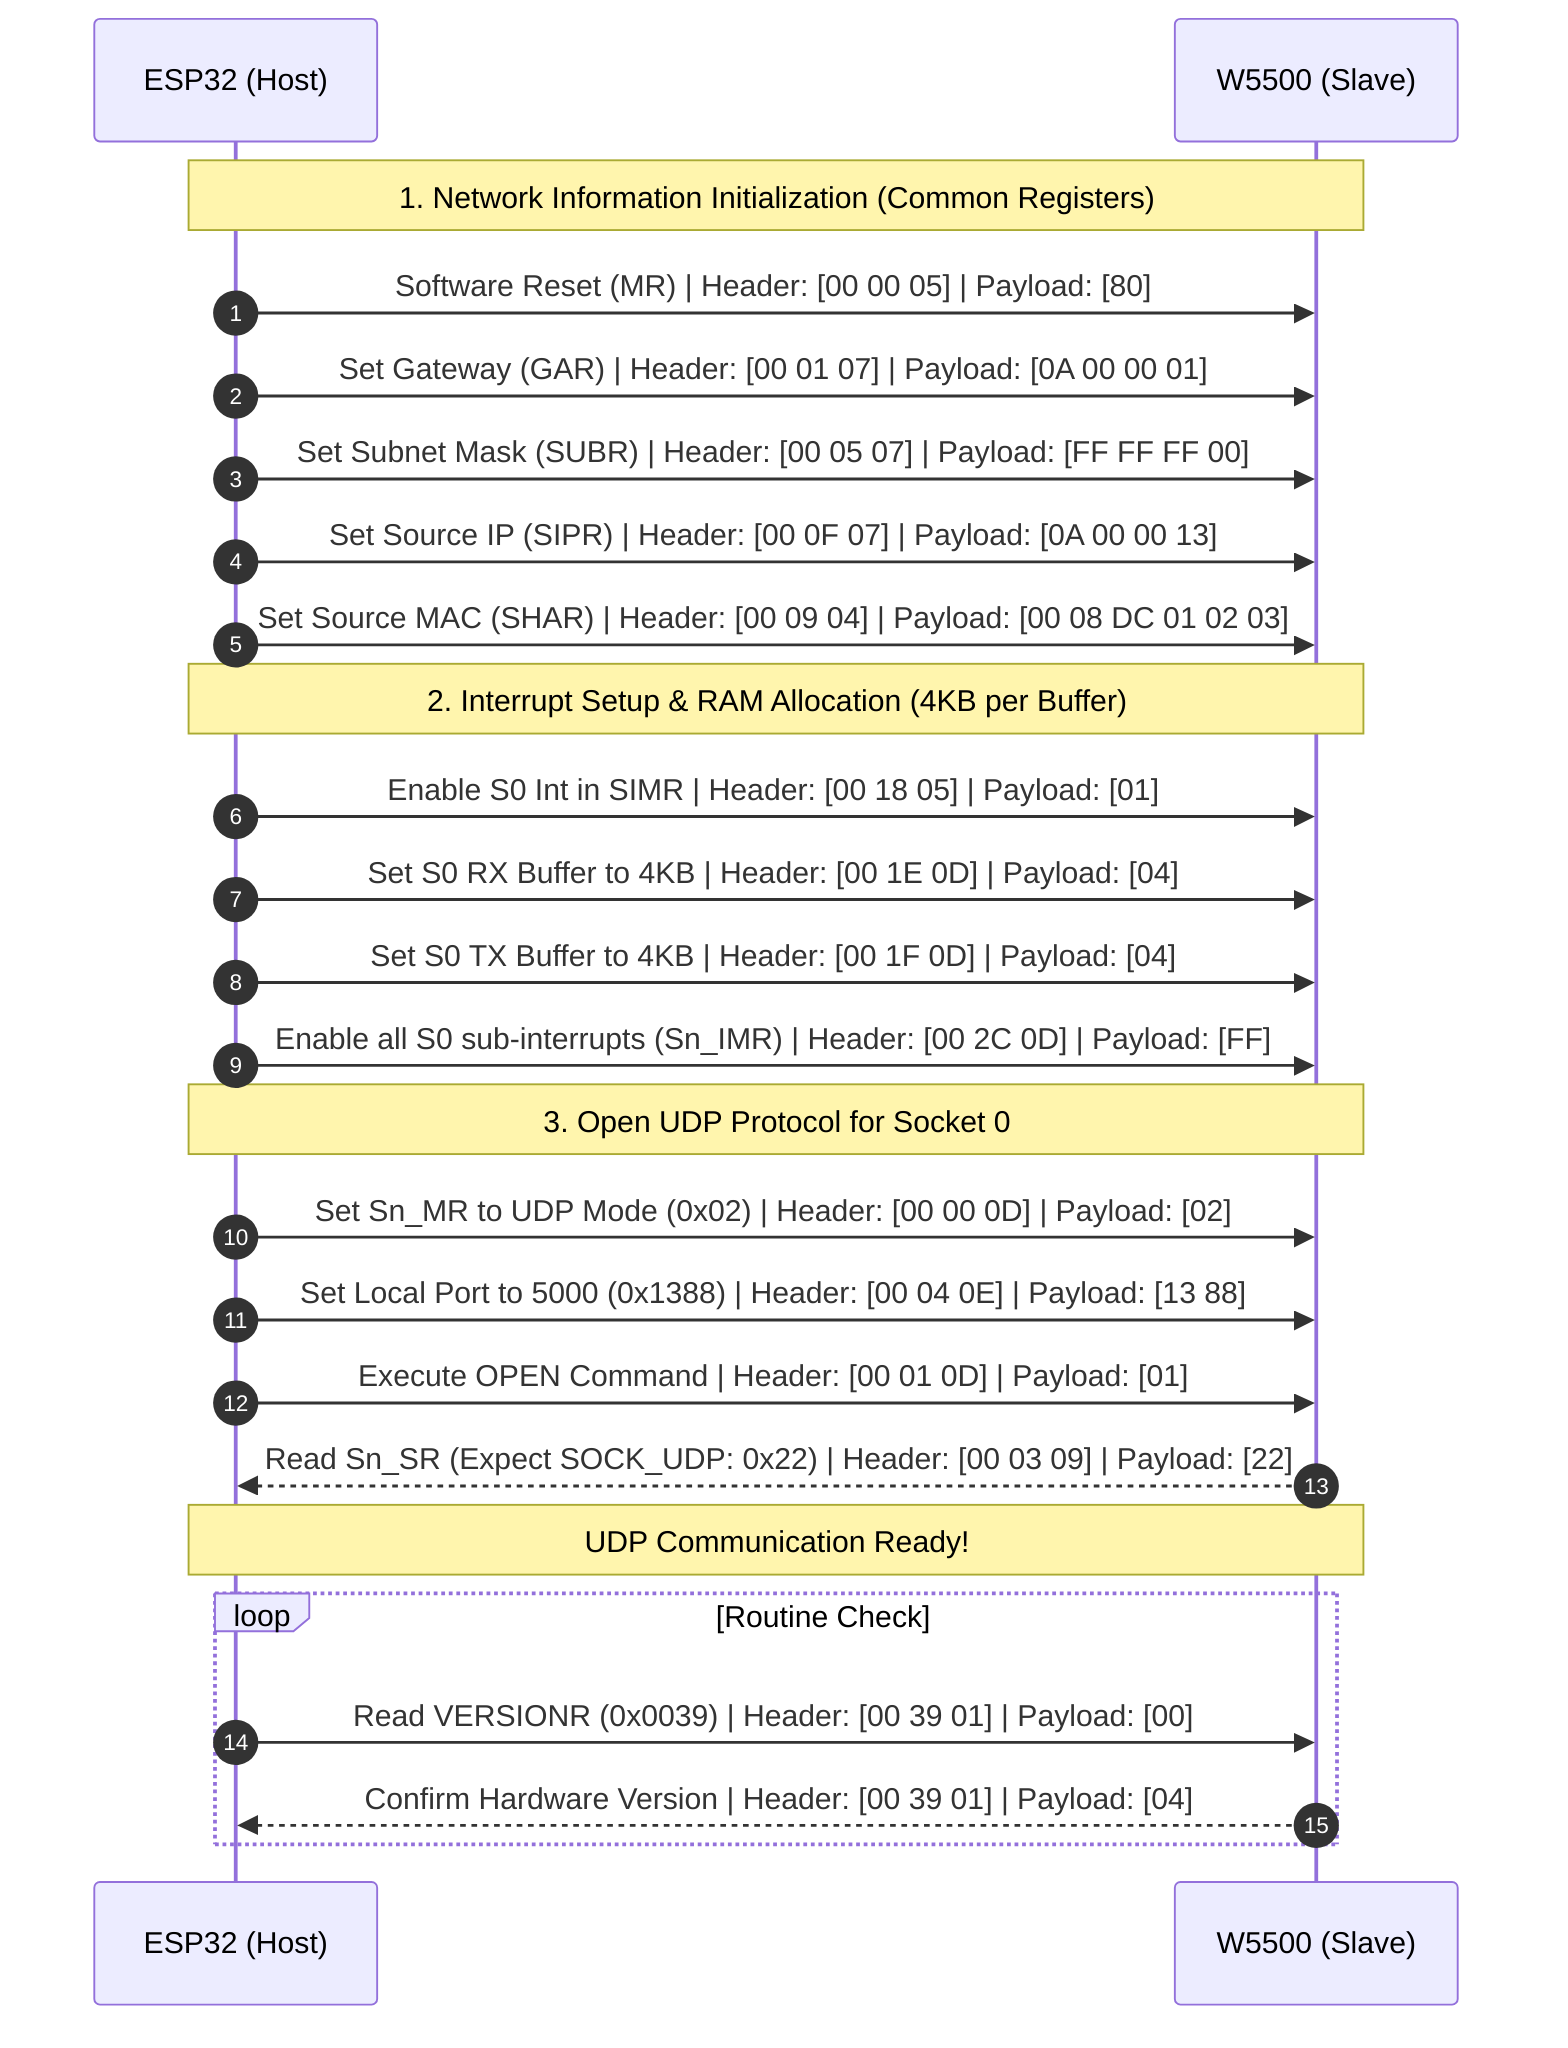
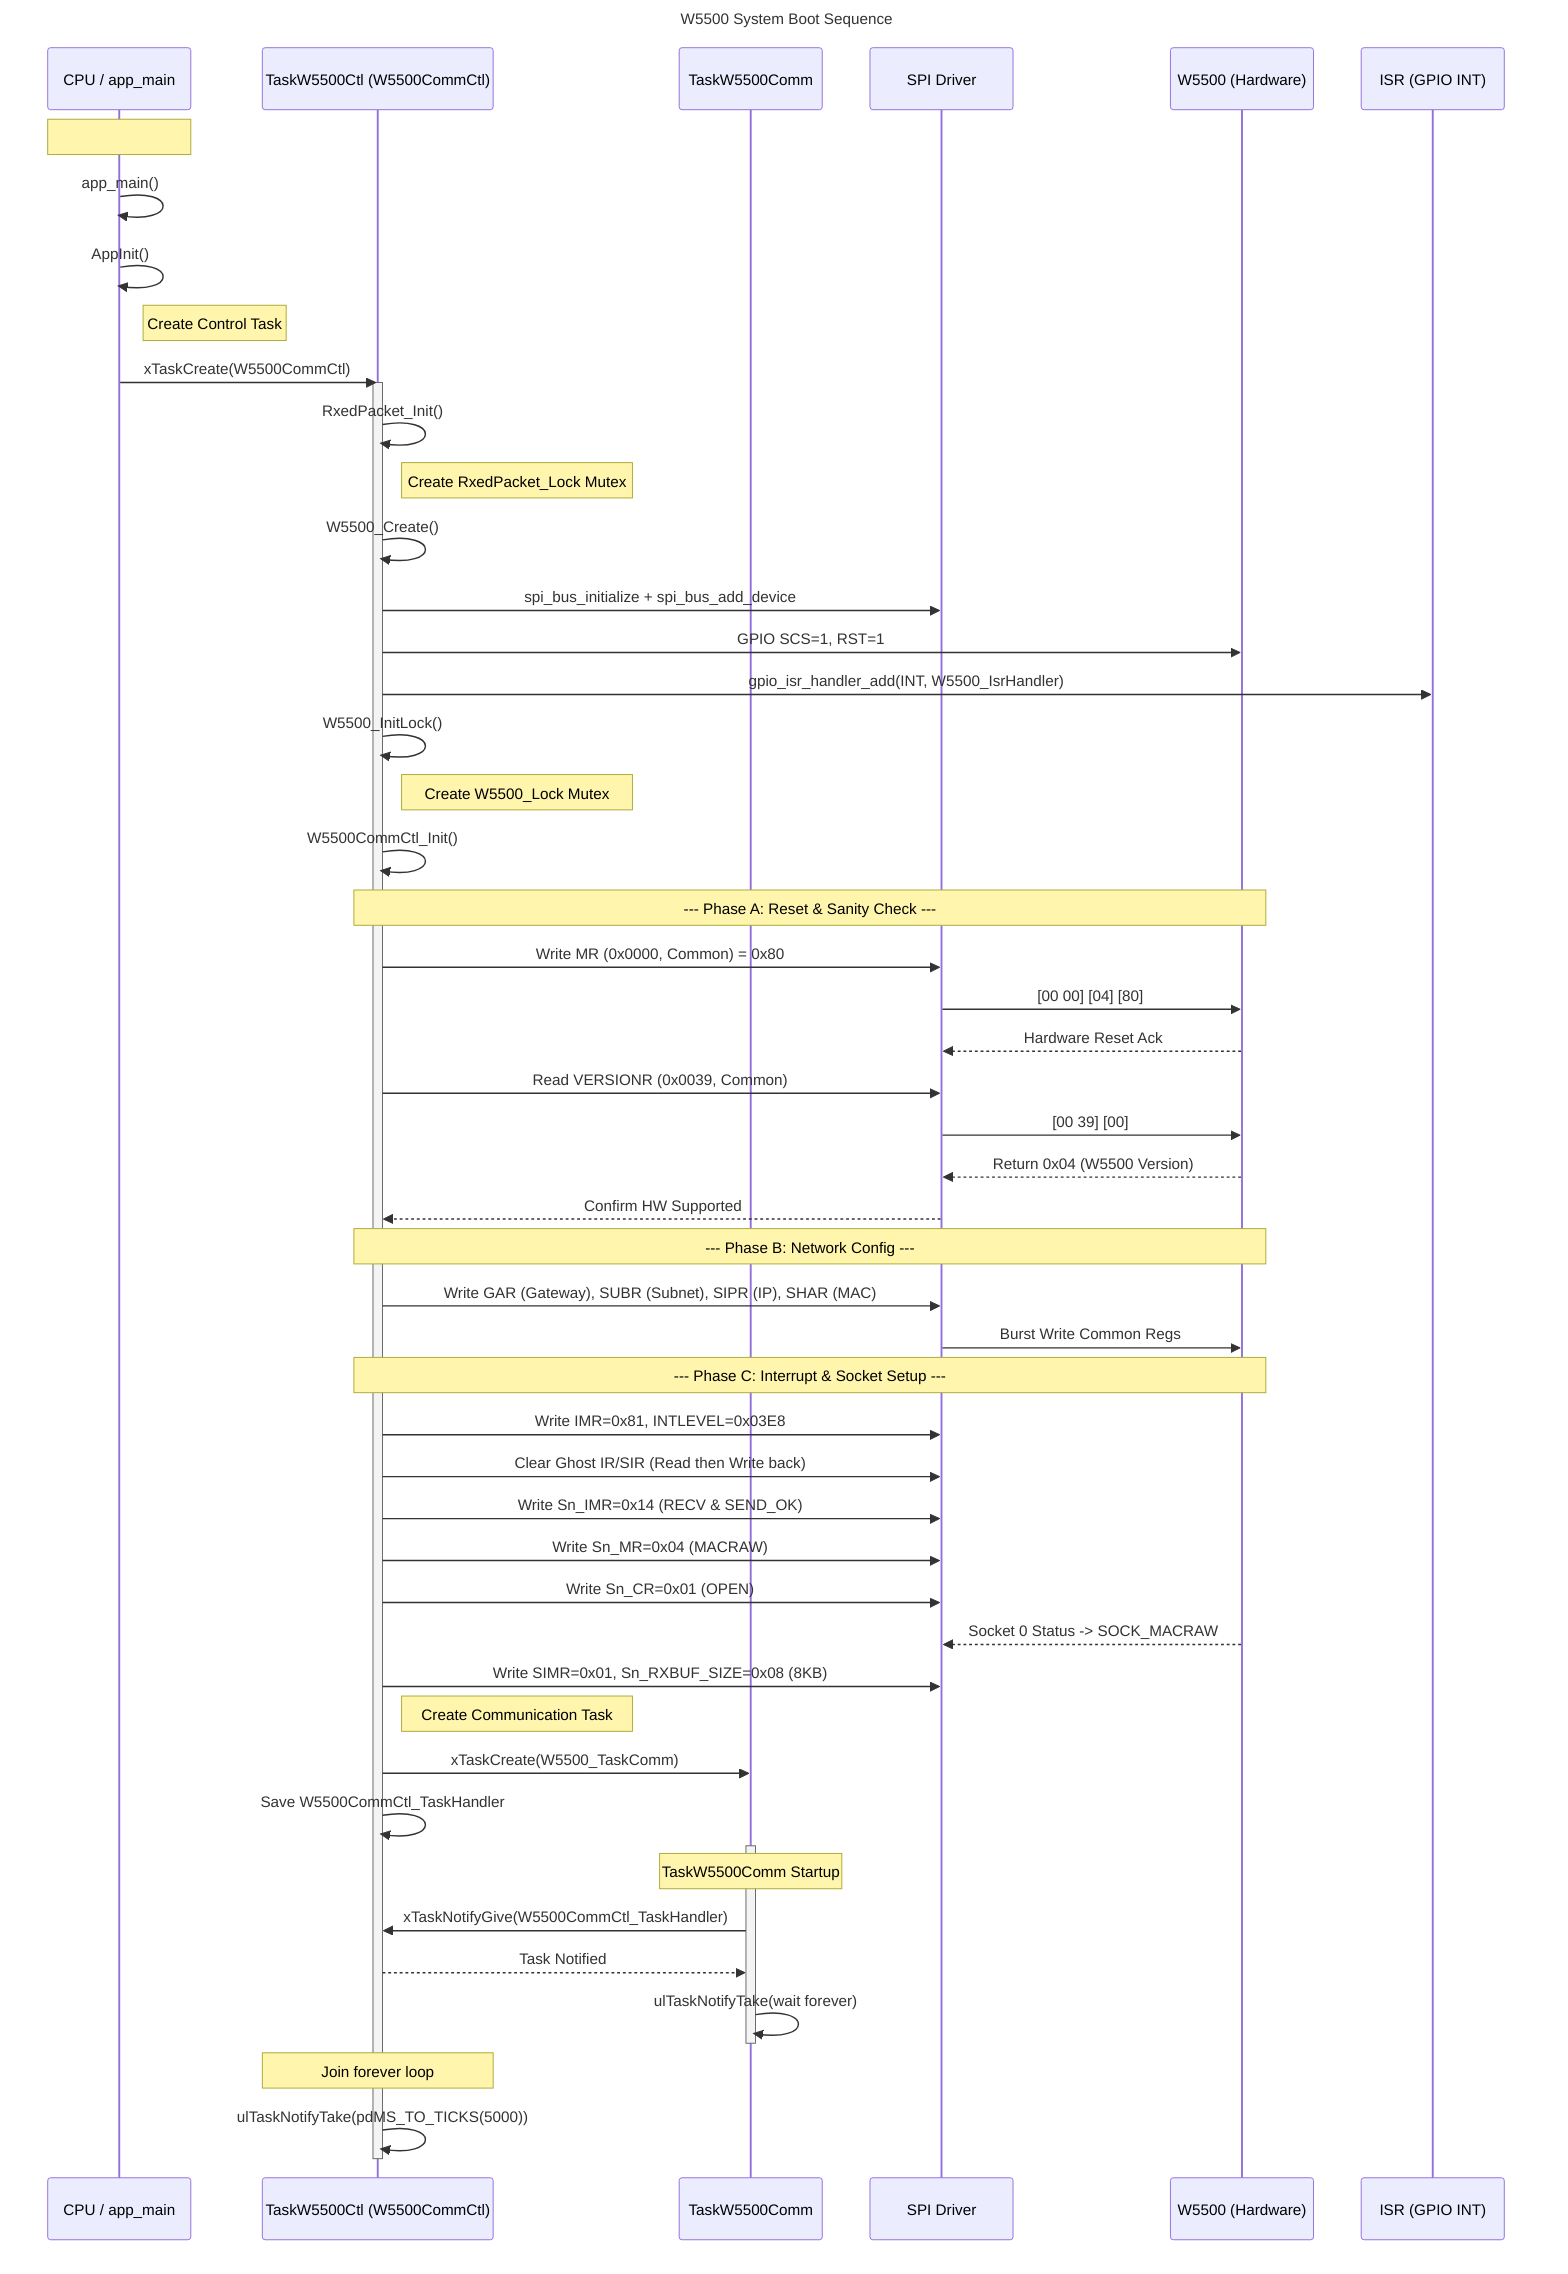
sequenceDiagram
-     autonumber
-     participant ESP as ESP32 (Host)
-     participant W5500 as W5500 (Slave)
+     title W5500 System Boot Sequence

-     Note over ESP, W5500: 1. Network Information Initialization (Common Registers)
+     participant CPU as CPU / app_main
+     participant CTL as TaskW5500Ctl (W5500CommCtl)
+     participant COMM as TaskW5500Comm
+     participant SPI as SPI Driver
+     participant W5500 as W5500 (Hardware)
+     participant ISR as ISR (GPIO INT)

-     ESP->>W5500: Software Reset (MR) | Header: [00 00 05] | Payload: [80]
-     ESP->>W5500: Set Gateway (GAR) | Header: [00 01 07] | Payload: [0A 00 00 01]
-     ESP->>W5500: Set Subnet Mask (SUBR) | Header: [00 05 07] | Payload: [FF FF FF 00]
-     ESP->>W5500: Set Source IP (SIPR) | Header: [00 0F 07] | Payload: [0A 00 00 13]
-     ESP->>W5500: Set Source MAC (SHAR) | Header: [00 09 04] | Payload: [00 08 DC 01 02 03]
+     Note over CPU:
+     CPU ->> CPU: app_main()
+     CPU ->> CPU: AppInit()

-     Note over ESP, W5500: 2. Interrupt Setup & RAM Allocation (4KB per Buffer)
+     Note right of CPU: Create Control Task
+     CPU ->> CTL: xTaskCreate(W5500CommCtl)

-     ESP->>W5500: Enable S0 Int in SIMR | Header: [00 18 05] | Payload: [01]
-     ESP->>W5500: Set S0 RX Buffer to 4KB | Header: [00 1E 0D] | Payload: [04]
-     ESP->>W5500: Set S0 TX Buffer to 4KB | Header: [00 1F 0D] | Payload: [04]
-     ESP->>W5500: Enable all S0 sub-interrupts (Sn_IMR) | Header: [00 2C 0D] | Payload: [FF]
+     activate CTL
+     CTL ->> CTL: RxedPacket_Init()
+     Note right of CTL: Create RxedPacket_Lock Mutex

-     Note over ESP, W5500: 3. Open UDP Protocol for Socket 0
+     CTL ->> CTL: W5500_Create()
+     CTL ->> SPI: spi_bus_initialize + spi_bus_add_device
+     CTL ->> W5500: GPIO SCS=1, RST=1
+     CTL ->> ISR: gpio_isr_handler_add(INT, W5500_IsrHandler)
+     CTL ->> CTL: W5500_InitLock()
+     Note right of CTL: Create W5500_Lock Mutex

-     ESP->>W5500: Set Sn_MR to UDP Mode (0x02) | Header: [00 00 0D] | Payload: [02]
-     ESP->>W5500: Set Local Port to 5000 (0x1388) | Header: [00 04 0E] | Payload: [13 88]
-     ESP->>W5500: Execute OPEN Command | Header: [00 01 0D] | Payload: [01]
+     CTL ->> CTL: W5500CommCtl_Init()

-     W5500-->>ESP: Read Sn_SR (Expect SOCK_UDP: 0x22) | Header: [00 03 09] | Payload: [22]
+     Note over CTL, W5500: --- Phase A: Reset & Sanity Check ---
+     CTL ->> SPI: Write MR (0x0000, Common) = 0x80
+     SPI ->> W5500: [00 00] [04] [80]
+     W5500 -->> SPI: Hardware Reset Ack

-     Note over ESP, W5500: UDP Communication Ready!
+     CTL ->> SPI: Read VERSIONR (0x0039, Common)
+     SPI ->> W5500: [00 39] [00]
+     W5500 -->> SPI: Return 0x04 (W5500 Version)
+     SPI -->> CTL: Confirm HW Supported

-     loop Routine Check
-         ESP->>W5500: Read VERSIONR (0x0039) | Header: [00 39 01] | Payload: [00]
-         W5500-->>ESP: Confirm Hardware Version | Header: [00 39 01] | Payload: [04]
-     end+     Note over CTL, W5500: --- Phase B: Network Config ---
+     CTL ->> SPI: Write GAR (Gateway), SUBR (Subnet), SIPR (IP), SHAR (MAC)
+     SPI ->> W5500: Burst Write Common Regs
+ 
+     Note over CTL, W5500: --- Phase C: Interrupt & Socket Setup ---
+     CTL ->> SPI: Write IMR=0x81, INTLEVEL=0x03E8
+     CTL ->> SPI: Clear Ghost IR/SIR (Read then Write back)
+     CTL ->> SPI: Write Sn_IMR=0x14 (RECV & SEND_OK)
+     CTL ->> SPI: Write Sn_MR=0x04 (MACRAW)
+     CTL ->> SPI: Write Sn_CR=0x01 (OPEN)
+     W5500 -->> SPI: Socket 0 Status -> SOCK_MACRAW
+     CTL ->> SPI: Write SIMR=0x01, Sn_RXBUF_SIZE=0x08 (8KB)
+ 
+     Note right of CTL: Create Communication Task
+     CTL ->> COMM: xTaskCreate(W5500_TaskComm)
+     CTL ->> CTL: Save W5500CommCtl_TaskHandler
+ 
+     activate COMM
+     Note over COMM: TaskW5500Comm Startup
+     COMM ->> CTL: xTaskNotifyGive(W5500CommCtl_TaskHandler)
+     CTL -->> COMM: Task Notified
+     COMM ->> COMM: ulTaskNotifyTake(wait forever)
+     deactivate COMM
+ 
+     Note over CTL: Join forever loop
+     CTL ->> CTL: ulTaskNotifyTake(pdMS_TO_TICKS(5000))
+     deactivate CTL